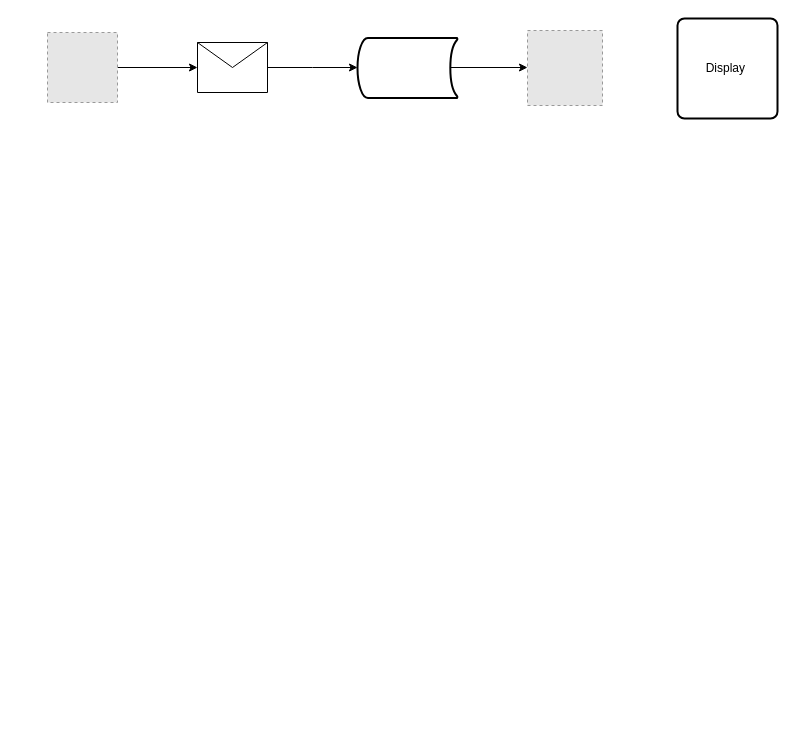
informa-ibi/vessel_data_team keeps this draw.io diagram as drawio/Data_feed_loading.drawio. Above is the earlier version. Source tidied: cells renumbered, new cells numbered last; positions are measured from the earlier drawing's top-left corner, leaving out a move shared by most shapes. Both pictures are drawn from the tidied source at 100%, with x=0, y=0 at pixel (47, 18). Pictures stored in the file or linked from it are replaced by grey dashed boxes.
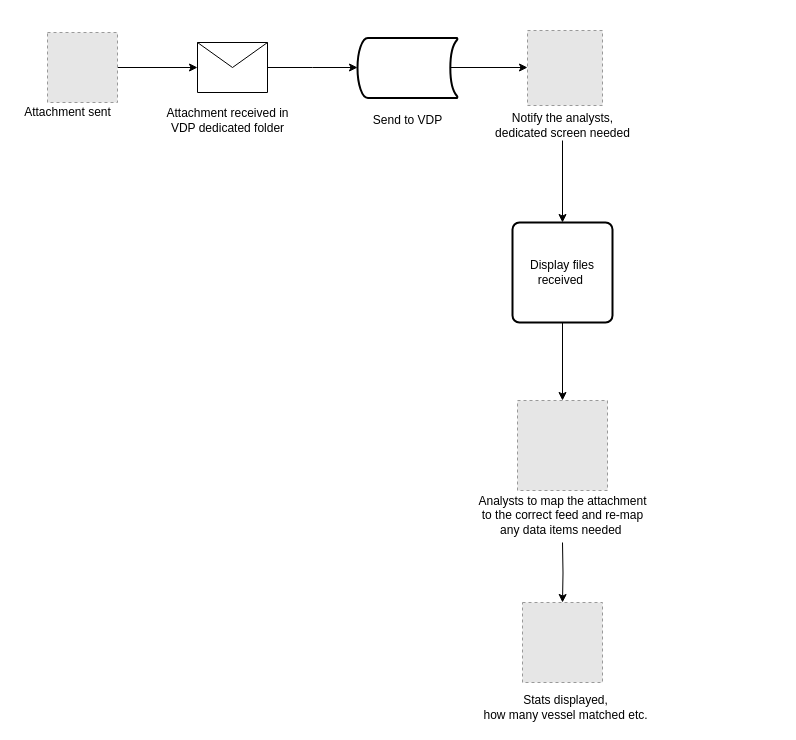
Above is the later version.

What changed in the source:
```diff
@@
+    <mxCell id="10" style="edgeStyle=orthogonalEdgeStyle;rounded=0;jettySize=auto;html=1;exitX=0.5;exitY=1;exitDx=0;exitDy=0;" parent="1" edge="1" source="9" target="12">
+      <mxGeometry relative="1" as="geometry" />
+    </mxCell>
-    <mxCell id="9" value="Display&amp;nbsp;" style="rounded=1;whiteSpace=wrap;html=1;absoluteArcSize=1;arcSize=14;strokeWidth=2;" parent="1" vertex="1">
-      <mxGeometry x="630" width="100" height="100" as="geometry" />
+    <mxCell id="9" value="Display files received&amp;nbsp;" style="rounded=1;whiteSpace=wrap;html=1;absoluteArcSize=1;arcSize=14;strokeWidth=2;" parent="1" vertex="1">
+      <mxGeometry x="465" y="204" width="100" height="100" as="geometry" />
     </mxCell>
+    <mxCell id="11" style="edgeStyle=orthogonalEdgeStyle;rounded=0;jettySize=auto;html=1;entryX=0.5;entryY=0;entryDx=0;entryDy=0;" parent="1" edge="1" target="13">
+      <mxGeometry relative="1" as="geometry">
+        <mxPoint x="515" y="524" as="sourcePoint" />
+      </mxGeometry>
+    </mxCell>
+    <mxCell id="12" style="fillColor=#E6E6E6;strokeColor=#999999;dashed=1;html=1;verticalAlign=top;verticalLabelPosition=bottom;labelBackgroundColor=#ffffff;" parent="1" vertex="1">
+      <mxGeometry x="470" y="382" width="90" height="90" as="geometry" />
+    </mxCell>
+    <mxCell id="13" style="fillColor=#E6E6E6;strokeColor=#999999;dashed=1;html=1;verticalAlign=top;verticalLabelPosition=bottom;labelBackgroundColor=#ffffff;" parent="1" vertex="1">
+      <mxGeometry x="475" y="584" width="80" height="80" as="geometry" />
+    </mxCell>
+    <mxCell id="14" value="Attachment sent" style="text;html=1;align=center;verticalAlign=middle;" parent="1" vertex="1">
+      <mxGeometry x="-30" y="84" width="100" height="20" as="geometry" />
+    </mxCell>
+    <mxCell id="15" value="Attachment received in &lt;br&gt;VDP dedicated folder" style="text;html=1;align=center;verticalAlign=middle;" parent="1" vertex="1">
+      <mxGeometry x="110" y="87" width="140" height="30" as="geometry" />
+    </mxCell>
+    <mxCell id="16" value="Send to VDP" style="text;html=1;align=center;verticalAlign=middle;" parent="1" vertex="1">
+      <mxGeometry x="320" y="92" width="80" height="20" as="geometry" />
+    </mxCell>
+    <mxCell id="17" style="edgeStyle=orthogonalEdgeStyle;rounded=0;jettySize=auto;html=1;entryX=0.5;entryY=0;entryDx=0;entryDy=0;" parent="1" edge="1" source="18" target="9">
+      <mxGeometry relative="1" as="geometry" />
+    </mxCell>
+    <mxCell id="18" value="Notify the analysts,&lt;br&gt;dedicated screen needed" style="text;html=1;align=center;verticalAlign=middle;points=[];" parent="1" vertex="1">
+      <mxGeometry x="440" y="92" width="150" height="30" as="geometry" />
+    </mxCell>
+    <mxCell id="19" value="Analysts to map the attachment &lt;br&gt;to the correct feed and re-map &lt;br&gt;any data items needed&amp;nbsp;" style="text;html=1;align=center;verticalAlign=middle;" parent="1" vertex="1">
+      <mxGeometry x="425" y="472" width="180" height="50" as="geometry" />
+    </mxCell>
+    <mxCell id="20" value="Stats displayed, &lt;br&gt;how many vessel matched etc." style="text;html=1;align=center;verticalAlign=middle;" parent="1" vertex="1">
+      <mxGeometry x="427.5" y="674" width="180" height="30" as="geometry" />
+    </mxCell>
```
